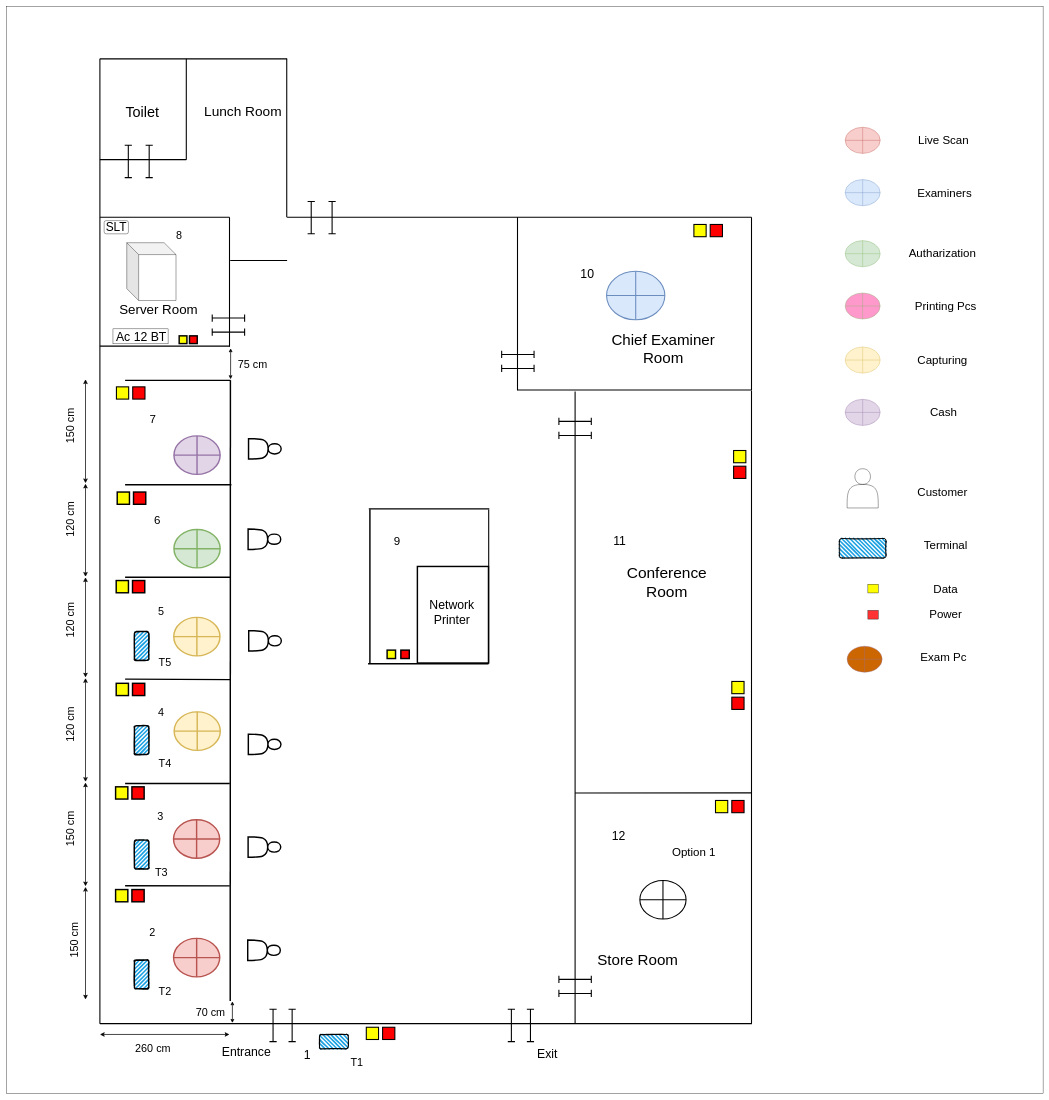
This is mullaitivu_dimension.drawio from thushan-harshajeewa/dmt-diagrams, a draw.io file, before an edit. Source tidied: cells renumbered, new cells numbered last; positions are measured from the earlier drawing's top-left corner, leaving out a move shared by most shapes. Both pictures are drawn from the tidied source at 36%, with x=0, y=0 at pixel (6, 6).
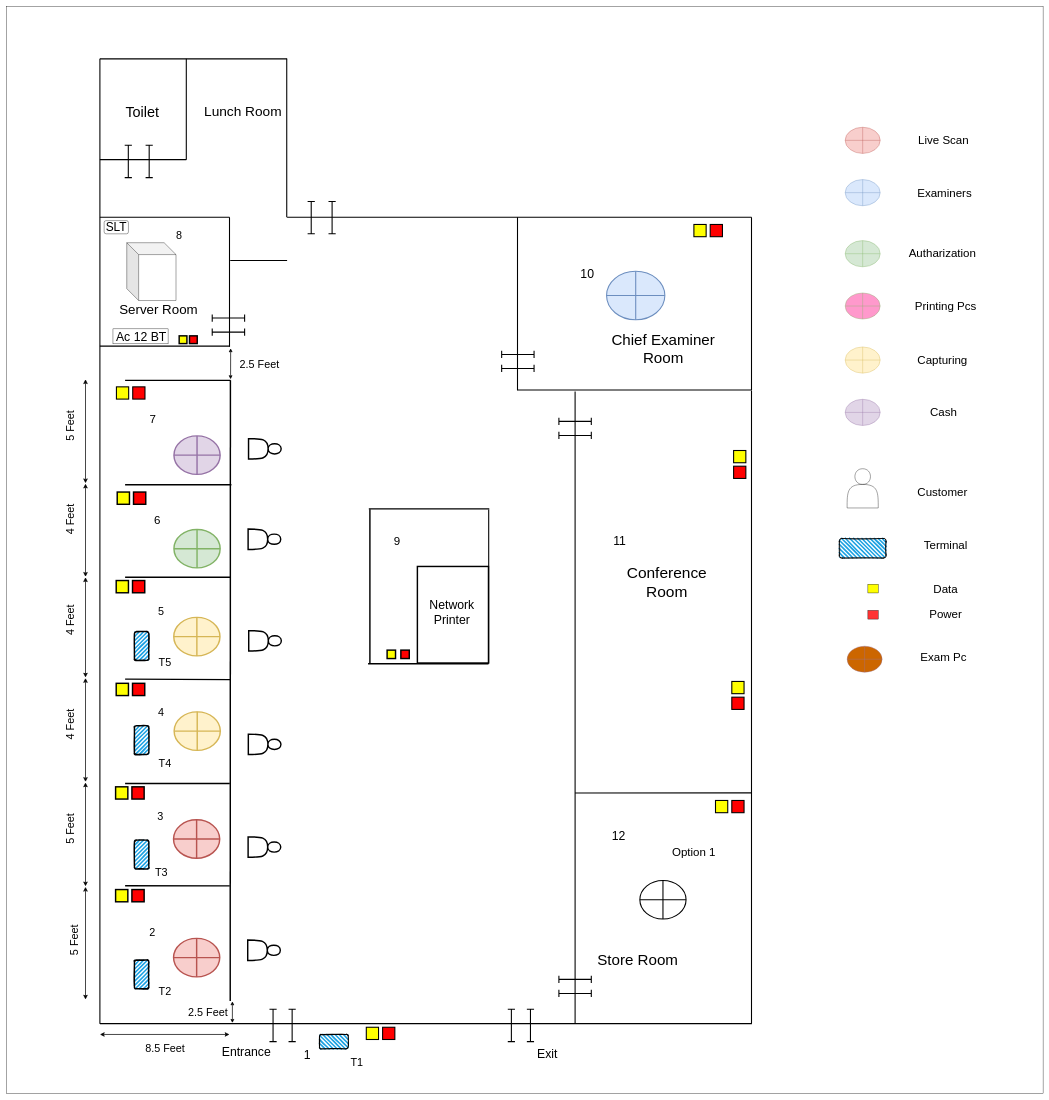
The same page after the edit.

What changed in the source:
```diff
@@
-    <mxCell id="151" value="&lt;span style=&quot;font-size: 30px;&quot;&gt;150 cm&lt;/span&gt;" style="text;html=1;align=center;verticalAlign=middle;whiteSpace=wrap;rounded=0;strokeWidth=4;rotation=270;" parent="1" vertex="1">
+    <mxCell id="151" value="&lt;span style=&quot;font-size: 30px;&quot;&gt;5 Feet&lt;/span&gt;" style="text;html=1;align=center;verticalAlign=middle;whiteSpace=wrap;rounded=0;strokeWidth=4;rotation=270;" parent="1" vertex="1">
       <mxGeometry x="130" y="2576.8" width="116.6" height="34" as="geometry" />
     </mxCell>
@@
-    <mxCell id="153" value="&lt;span style=&quot;font-size: 30px;&quot;&gt;75 cm&lt;/span&gt;" style="text;html=1;align=center;verticalAlign=middle;whiteSpace=wrap;rounded=0;strokeWidth=4;" parent="1" vertex="1">
-      <mxGeometry x="625.5" y="977" width="116.6" height="34" as="geometry" />
-    </mxCell>
-    <mxCell id="154" value="&lt;span style=&quot;font-size: 30px;&quot;&gt;70 cm&lt;/span&gt;" style="text;html=1;align=center;verticalAlign=middle;whiteSpace=wrap;rounded=0;strokeWidth=4;rotation=0;" parent="1" vertex="1">
-      <mxGeometry x="508.9" y="2776" width="116.6" height="34" as="geometry" />
+    <mxCell id="154" value="&lt;span style=&quot;font-size: 30px;&quot;&gt;2.5 Feet&lt;/span&gt;" style="text;html=1;align=center;verticalAlign=middle;whiteSpace=wrap;rounded=0;strokeWidth=4;rotation=0;" parent="1" vertex="1">
+      <mxGeometry x="501.9" y="2776" width="116.6" height="34" as="geometry" />
     </mxCell>
@@
-    <mxCell id="156" value="&lt;span style=&quot;font-size: 30px;&quot;&gt;150 cm&lt;/span&gt;" style="text;html=1;align=center;verticalAlign=middle;whiteSpace=wrap;rounded=0;strokeWidth=4;rotation=270;" parent="1" vertex="1">
+    <mxCell id="156" value="&lt;span style=&quot;font-size: 30px;&quot;&gt;5 Feet&lt;/span&gt;" style="text;html=1;align=center;verticalAlign=middle;whiteSpace=wrap;rounded=0;strokeWidth=4;rotation=270;" parent="1" vertex="1">
       <mxGeometry x="120" y="2267.7" width="116.6" height="34" as="geometry" />
     </mxCell>
@@
-    <mxCell id="158" value="&lt;span style=&quot;font-size: 30px;&quot;&gt;120 cm&lt;/span&gt;" style="text;html=1;align=center;verticalAlign=middle;whiteSpace=wrap;rounded=0;strokeWidth=4;rotation=270;" parent="1" vertex="1">
+    <mxCell id="158" value="&lt;span style=&quot;font-size: 30px;&quot;&gt;4 Feet&lt;/span&gt;" style="text;html=1;align=center;verticalAlign=middle;whiteSpace=wrap;rounded=0;strokeWidth=4;rotation=270;" parent="1" vertex="1">
       <mxGeometry x="120" y="1977.7" width="116.6" height="34" as="geometry" />
     </mxCell>
@@
-    <mxCell id="160" value="&lt;span style=&quot;font-size: 30px;&quot;&gt;120 cm&lt;/span&gt;" style="text;html=1;align=center;verticalAlign=middle;whiteSpace=wrap;rounded=0;strokeWidth=4;rotation=270;" parent="1" vertex="1">
+    <mxCell id="160" value="&lt;span style=&quot;font-size: 30px;&quot;&gt;4 Feet&lt;/span&gt;" style="text;html=1;align=center;verticalAlign=middle;whiteSpace=wrap;rounded=0;strokeWidth=4;rotation=270;" parent="1" vertex="1">
       <mxGeometry x="120" y="1687.7" width="116.6" height="34" as="geometry" />
     </mxCell>
@@
-    <mxCell id="162" value="&lt;span style=&quot;font-size: 30px;&quot;&gt;120 cm&lt;/span&gt;" style="text;html=1;align=center;verticalAlign=middle;whiteSpace=wrap;rounded=0;strokeWidth=4;rotation=270;" parent="1" vertex="1">
+    <mxCell id="162" value="&lt;span style=&quot;font-size: 30px;&quot;&gt;4 Feet&lt;/span&gt;" style="text;html=1;align=center;verticalAlign=middle;whiteSpace=wrap;rounded=0;strokeWidth=4;rotation=270;" parent="1" vertex="1">
       <mxGeometry x="120" y="1408" width="116.6" height="34" as="geometry" />
     </mxCell>
@@
-    <mxCell id="164" value="&lt;span style=&quot;font-size: 30px;&quot;&gt;150 cm&lt;/span&gt;" style="text;html=1;align=center;verticalAlign=middle;whiteSpace=wrap;rounded=0;strokeWidth=4;rotation=270;" parent="1" vertex="1">
+    <mxCell id="164" value="&lt;span style=&quot;font-size: 30px;&quot;&gt;5 Feet&lt;/span&gt;" style="text;html=1;align=center;verticalAlign=middle;whiteSpace=wrap;rounded=0;strokeWidth=4;rotation=270;" parent="1" vertex="1">
       <mxGeometry x="120" y="1148" width="116.6" height="34" as="geometry" />
     </mxCell>
@@
-    <mxCell id="166" value="&lt;span style=&quot;font-size: 30px;&quot;&gt;260 cm&lt;/span&gt;" style="text;html=1;align=center;verticalAlign=middle;whiteSpace=wrap;rounded=0;strokeWidth=4;rotation=0;" parent="1" vertex="1">
-      <mxGeometry x="349" y="2876" width="116.6" height="34" as="geometry" />
+    <mxCell id="166" value="&lt;span style=&quot;font-size: 30px;&quot;&gt;8.5 Feet&lt;/span&gt;" style="text;html=1;align=center;verticalAlign=middle;whiteSpace=wrap;rounded=0;strokeWidth=4;rotation=0;" parent="1" vertex="1">
+      <mxGeometry x="383" y="2876" width="116.6" height="34" as="geometry" />
     </mxCell>
+    <mxCell id="167" value="&lt;span style=&quot;font-size: 30px;&quot;&gt;2.5 Feet&lt;/span&gt;" style="text;html=1;align=center;verticalAlign=middle;whiteSpace=wrap;rounded=0;strokeWidth=4;rotation=0;" parent="1" vertex="1">
+      <mxGeometry x="644.7" y="977" width="116.6" height="34" as="geometry" />
+    </mxCell>
```
